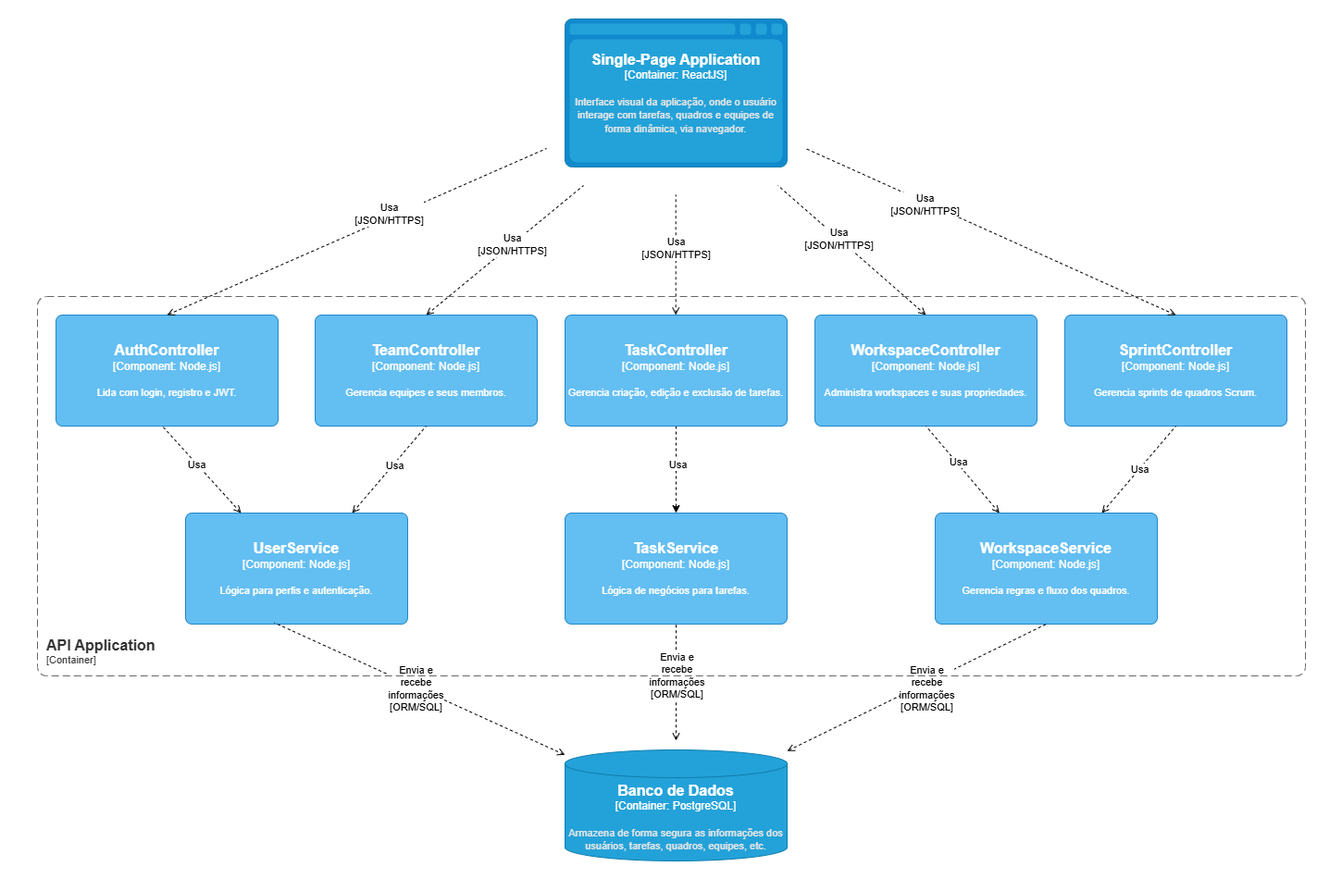
Above: docs/assets/c4-diagrams/component-diagram.png in humberto-peres/taskflow (draw.io), before the change. Source tidied: cells renumbered, new cells last; positions are measured from the earlier drawing's top-left corner, leaving out a move shared by most shapes. The source it was exported from:
```xml
<mxGraphModel>
  <root>
    <mxCell id="0" />
    <mxCell id="1" parent="0" />
    <mxCell id="2" style="rounded=0;whiteSpace=wrap;html=1;strokeColor=none;" parent="1" vertex="1">
      <mxGeometry width="1450" height="950" as="geometry" />
    </mxCell>
    <object id="3" label="&lt;font style=&quot;font-size: 16px&quot;&gt;&lt;b&gt;%c4Name%&lt;/b&gt;&lt;/font&gt;&lt;div&gt;[%c4Type%:&amp;nbsp;%c4Technology%]&lt;/div&gt;&lt;br&gt;&lt;div&gt;&lt;font style=&quot;font-size: 11px&quot;&gt;&lt;font color=&quot;#E6E6E6&quot;&gt;%c4Description%&lt;/font&gt;&lt;/div&gt;" c4Description="Interface visual da aplicação, onde o usuário interage com tarefas, quadros e equipes de forma dinâmica, via navegador." c4Name="Single-Page Application" c4Technology="ReactJS" c4Type="Container" placeholders="1">
      <mxCell style="shape=mxgraph.c4.webBrowserContainer2;whiteSpace=wrap;html=1;boundedLbl=1;rounded=0;labelBackgroundColor=none;strokeColor=#118ACD;fillColor=#23A2D9;strokeColor=#118ACD;strokeColor2=#0E7DAD;fontSize=12;fontColor=#ffffff;align=center;" parent="1" vertex="1">
        <mxGeometry x="610" y="20" width="240" height="160" as="geometry" />
      </mxCell>
    </object>
    <object id="4" label="&lt;font style=&quot;font-size: 16px&quot;&gt;&lt;b&gt;%c4Name%&lt;/b&gt;&lt;/font&gt;&lt;div&gt;[%c4Type%: %c4Technology%]&lt;/div&gt;&lt;br&gt;&lt;div&gt;&lt;font style=&quot;font-size: 11px&quot;&gt;%c4Description%&lt;/font&gt;&lt;/div&gt;" c4Description="Lida com login, registro e JWT." c4Name="AuthController" c4Technology="Node.js" c4Type="Component" placeholders="1">
      <mxCell style="rounded=1;whiteSpace=wrap;html=1;labelBackgroundColor=none;fillColor=#63BEF2;fontColor=#ffffff;align=center;arcSize=6;strokeColor=#2086C9;points=[[0.25,0,0],[0.5,0,0],[0.75,0,0],[1,0.25,0],[1,0.5,0],[1,0.75,0],[0.75,1,0],[0.5,1,0],[0.25,1,0],[0,0.75,0],[0,0.5,0],[0,0.25,0]];" parent="1" vertex="1">
        <mxGeometry x="60" y="340" width="240" height="120" as="geometry" />
      </mxCell>
    </object>
    <mxCell id="5" style="edgeStyle=orthogonalEdgeStyle;rounded=0;jettySize=auto;html=1;dashed=1;" parent="1" edge="1" source="7" target="14">
      <mxGeometry relative="1" as="geometry" />
    </mxCell>
    <mxCell id="6" value="Usa" style="edgeLabel;html=1;align=center;verticalAlign=middle;" parent="5" vertex="1">
      <mxGeometry x="-0.11" y="1" relative="1" as="geometry" />
    </mxCell>
    <object id="7" label="&lt;font style=&quot;font-size: 16px&quot;&gt;&lt;b&gt;%c4Name%&lt;/b&gt;&lt;/font&gt;&lt;div&gt;[%c4Type%: %c4Technology%]&lt;/div&gt;&lt;br&gt;&lt;div&gt;&lt;font style=&quot;font-size: 11px&quot;&gt;%c4Description%&lt;/font&gt;&lt;/div&gt;" c4Description="Gerencia criação, edição e exclusão de tarefas." c4Name="TaskController" c4Technology="Node.js" c4Type="Component" placeholders="1">
      <mxCell style="rounded=1;whiteSpace=wrap;html=1;labelBackgroundColor=none;fillColor=#63BEF2;fontColor=#ffffff;align=center;arcSize=6;strokeColor=#2086C9;points=[[0.25,0,0],[0.5,0,0],[0.75,0,0],[1,0.25,0],[1,0.5,0],[1,0.75,0],[0.75,1,0],[0.5,1,0],[0.25,1,0],[0,0.75,0],[0,0.5,0],[0,0.25,0]];" parent="1" vertex="1">
        <mxGeometry x="610" y="340" width="240" height="120" as="geometry" />
      </mxCell>
    </object>
    <object id="8" label="&lt;font style=&quot;font-size: 16px&quot;&gt;&lt;b&gt;%c4Name%&lt;/b&gt;&lt;/font&gt;&lt;div&gt;[%c4Type%: %c4Technology%]&lt;/div&gt;&lt;br&gt;&lt;div&gt;&lt;font style=&quot;font-size: 11px&quot;&gt;%c4Description%&lt;/font&gt;&lt;/div&gt;" c4Description="Gerencia equipes e seus membros." c4Name="TeamController" c4Technology="Node.js" c4Type="Component" placeholders="1">
      <mxCell style="rounded=1;whiteSpace=wrap;html=1;labelBackgroundColor=none;fillColor=#63BEF2;fontColor=#ffffff;align=center;arcSize=6;strokeColor=#2086C9;points=[[0.25,0,0],[0.5,0,0],[0.75,0,0],[1,0.25,0],[1,0.5,0],[1,0.75,0],[0.75,1,0],[0.5,1,0],[0.25,1,0],[0,0.75,0],[0,0.5,0],[0,0.25,0]];" parent="1" vertex="1">
        <mxGeometry x="340" y="340" width="240" height="120" as="geometry" />
      </mxCell>
    </object>
    <object id="9" label="&lt;font style=&quot;font-size: 16px&quot;&gt;&lt;b&gt;%c4Name%&lt;/b&gt;&lt;/font&gt;&lt;div&gt;[%c4Type%: %c4Technology%]&lt;/div&gt;&lt;br&gt;&lt;div&gt;&lt;font style=&quot;font-size: 11px&quot;&gt;%c4Description%&lt;/font&gt;&lt;/div&gt;" c4Description="Administra workspaces e suas propriedades." c4Name="WorkspaceController" c4Technology="Node.js" c4Type="Component" placeholders="1">
      <mxCell style="rounded=1;whiteSpace=wrap;html=1;labelBackgroundColor=none;fillColor=#63BEF2;fontColor=#ffffff;align=center;arcSize=6;strokeColor=#2086C9;points=[[0.25,0,0],[0.5,0,0],[0.75,0,0],[1,0.25,0],[1,0.5,0],[1,0.75,0],[0.75,1,0],[0.5,1,0],[0.25,1,0],[0,0.75,0],[0,0.5,0],[0,0.25,0]];" parent="1" vertex="1">
        <mxGeometry x="880" y="340" width="240" height="120" as="geometry" />
      </mxCell>
    </object>
    <object id="10" label="&lt;font style=&quot;font-size: 16px&quot;&gt;&lt;b&gt;%c4Name%&lt;/b&gt;&lt;/font&gt;&lt;div&gt;[%c4Type%:&amp;nbsp;%c4Technology%]&lt;/div&gt;&lt;br&gt;&lt;div&gt;&lt;font style=&quot;font-size: 11px&quot;&gt;&lt;font color=&quot;#E6E6E6&quot;&gt;%c4Description%&lt;/font&gt;&lt;/div&gt;" c4Description="Armazena de forma segura as informações dos usuários, tarefas, quadros, equipes, etc." c4Name="Banco de Dados" c4Technology="PostgreSQL" c4Type="Container" placeholders="1">
      <mxCell style="shape=cylinder3;size=15;whiteSpace=wrap;html=1;boundedLbl=1;rounded=0;labelBackgroundColor=none;fillColor=#23A2D9;fontSize=12;fontColor=#ffffff;align=center;strokeColor=#0E7DAD;points=[[0.5,0,0],[1,0.25,0],[1,0.5,0],[1,0.75,0],[0.5,1,0],[0,0.75,0],[0,0.5,0],[0,0.25,0]];" parent="1" vertex="1">
        <mxGeometry x="610" y="810" width="240" height="120" as="geometry" />
      </mxCell>
    </object>
    <object id="11" label="&lt;font style=&quot;font-size: 16px&quot;&gt;&lt;b&gt;%c4Name%&lt;/b&gt;&lt;/font&gt;&lt;div&gt;[%c4Type%: %c4Technology%]&lt;/div&gt;&lt;br&gt;&lt;div&gt;&lt;font style=&quot;font-size: 11px&quot;&gt;%c4Description%&lt;/font&gt;&lt;/div&gt;" c4Description="Lógica para perfis e autenticação." c4Name="UserService" c4Technology="Node.js" c4Type="Component" placeholders="1">
      <mxCell style="rounded=1;whiteSpace=wrap;html=1;labelBackgroundColor=none;fillColor=#63BEF2;fontColor=#ffffff;align=center;arcSize=6;strokeColor=#2086C9;points=[[0.25,0,0],[0.5,0,0],[0.75,0,0],[1,0.25,0],[1,0.5,0],[1,0.75,0],[0.75,1,0],[0.5,1,0],[0.25,1,0],[0,0.75,0],[0,0.5,0],[0,0.25,0]];" parent="1" vertex="1">
        <mxGeometry x="200" y="554" width="240" height="120" as="geometry" />
      </mxCell>
    </object>
    <object id="12" label="&lt;font style=&quot;font-size: 16px&quot;&gt;&lt;b&gt;%c4Name%&lt;/b&gt;&lt;/font&gt;&lt;div&gt;[%c4Type%: %c4Technology%]&lt;/div&gt;&lt;br&gt;&lt;div&gt;&lt;font style=&quot;font-size: 11px&quot;&gt;%c4Description%&lt;/font&gt;&lt;/div&gt;" c4Description="Gerencia sprints de quadros Scrum." c4Name="SprintController" c4Technology="Node.js" c4Type="Component" placeholders="1">
      <mxCell style="rounded=1;whiteSpace=wrap;html=1;labelBackgroundColor=none;fillColor=#63BEF2;fontColor=#ffffff;align=center;arcSize=6;strokeColor=#2086C9;points=[[0.25,0,0],[0.5,0,0],[0.75,0,0],[1,0.25,0],[1,0.5,0],[1,0.75,0],[0.75,1,0],[0.5,1,0],[0.25,1,0],[0,0.75,0],[0,0.5,0],[0,0.25,0]];" parent="1" vertex="1">
        <mxGeometry x="1150" y="340" width="240" height="120" as="geometry" />
      </mxCell>
    </object>
    <object id="13" label="&lt;font style=&quot;font-size: 16px&quot;&gt;&lt;b&gt;%c4Name%&lt;/b&gt;&lt;/font&gt;&lt;div&gt;[%c4Type%: %c4Technology%]&lt;/div&gt;&lt;br&gt;&lt;div&gt;&lt;font style=&quot;font-size: 11px&quot;&gt;%c4Description%&lt;/font&gt;&lt;/div&gt;" c4Description="Gerencia regras e fluxo dos quadros." c4Name="WorkspaceService" c4Technology="Node.js" c4Type="Component" placeholders="1">
      <mxCell style="rounded=1;whiteSpace=wrap;html=1;labelBackgroundColor=none;fillColor=#63BEF2;fontColor=#ffffff;align=center;arcSize=6;strokeColor=#2086C9;points=[[0.25,0,0],[0.5,0,0],[0.75,0,0],[1,0.25,0],[1,0.5,0],[1,0.75,0],[0.75,1,0],[0.5,1,0],[0.25,1,0],[0,0.75,0],[0,0.5,0],[0,0.25,0]];" parent="1" vertex="1">
        <mxGeometry x="1010" y="554" width="240" height="120" as="geometry" />
      </mxCell>
    </object>
    <object id="14" label="&lt;font style=&quot;font-size: 16px&quot;&gt;&lt;b&gt;%c4Name%&lt;/b&gt;&lt;/font&gt;&lt;div&gt;[%c4Type%: %c4Technology%]&lt;/div&gt;&lt;br&gt;&lt;div&gt;&lt;font style=&quot;font-size: 11px&quot;&gt;%c4Description%&lt;/font&gt;&lt;/div&gt;" c4Description="Lógica de negócios para tarefas." c4Name="TaskService" c4Technology="Node.js" c4Type="Component" placeholders="1">
      <mxCell style="rounded=1;whiteSpace=wrap;html=1;labelBackgroundColor=none;fillColor=#63BEF2;fontColor=#ffffff;align=center;arcSize=6;strokeColor=#2086C9;points=[[0.25,0,0],[0.5,0,0],[0.75,0,0],[1,0.25,0],[1,0.5,0],[1,0.75,0],[0.75,1,0],[0.5,1,0],[0.25,1,0],[0,0.75,0],[0,0.5,0],[0,0.25,0]];" parent="1" vertex="1">
        <mxGeometry x="610" y="554" width="240" height="120" as="geometry" />
      </mxCell>
    </object>
    <mxCell id="15" style="endArrow=none;html=1;rounded=0;exitX=0.5;exitY=0;exitDx=0;exitDy=0;exitPerimeter=0;dashed=1;startArrow=open;startFill=0;" parent="1" edge="1" source="4">
      <mxGeometry relative="1" as="geometry">
        <mxPoint x="590" y="160" as="targetPoint" />
      </mxGeometry>
    </mxCell>
    <mxCell id="16" value="Usa&lt;div&gt;[JSON/HTTPS]&lt;/div&gt;" style="edgeLabel;html=1;align=center;verticalAlign=middle;" parent="15" vertex="1">
      <mxGeometry x="0.18" y="4" relative="1" as="geometry" />
    </mxCell>
    <mxCell id="17" style="endArrow=none;html=1;rounded=0;exitX=0.5;exitY=0;exitDx=0;exitDy=0;exitPerimeter=0;dashed=1;startArrow=open;startFill=0;" parent="1" edge="1" source="8">
      <mxGeometry relative="1" as="geometry">
        <mxPoint x="630" y="200" as="targetPoint" />
      </mxGeometry>
    </mxCell>
    <mxCell id="18" value="Usa&lt;div&gt;[JSON/HTTPS]&lt;/div&gt;" style="edgeLabel;html=1;align=center;verticalAlign=middle;" parent="17" vertex="1">
      <mxGeometry x="0.09" relative="1" as="geometry" />
    </mxCell>
    <mxCell id="19" style="endArrow=none;html=1;rounded=0;exitX=0.5;exitY=0;exitDx=0;exitDy=0;exitPerimeter=0;dashed=1;startArrow=open;startFill=0;" parent="1" edge="1" source="9">
      <mxGeometry relative="1" as="geometry">
        <mxPoint x="840" y="200" as="targetPoint" />
      </mxGeometry>
    </mxCell>
    <mxCell id="20" value="Usa&lt;div&gt;[JSON/HTTPS]&lt;/div&gt;" style="edgeLabel;html=1;align=center;verticalAlign=middle;" parent="19" vertex="1">
      <mxGeometry x="0.18" relative="1" as="geometry" />
    </mxCell>
    <mxCell id="21" style="endArrow=none;html=1;rounded=0;dashed=1;startArrow=open;startFill=0;" parent="1" edge="1">
      <mxGeometry relative="1" as="geometry">
        <mxPoint x="729.7" y="340" as="sourcePoint" />
        <mxPoint x="729.7" y="210" as="targetPoint" />
      </mxGeometry>
    </mxCell>
    <mxCell id="22" value="Usa&lt;div&gt;[JSON/HTTPS]&lt;/div&gt;" style="edgeLabel;html=1;align=center;verticalAlign=middle;" parent="21" vertex="1">
      <mxGeometry x="0.13" relative="1" as="geometry" />
    </mxCell>
    <mxCell id="23" style="endArrow=none;html=1;rounded=0;exitX=0.5;exitY=0;exitDx=0;exitDy=0;exitPerimeter=0;dashed=1;startArrow=open;startFill=0;" parent="1" edge="1" source="12">
      <mxGeometry relative="1" as="geometry">
        <mxPoint x="870" y="160" as="targetPoint" />
      </mxGeometry>
    </mxCell>
    <mxCell id="24" value="Usa&lt;div&gt;[JSON/HTTPS]&lt;/div&gt;" style="edgeLabel;html=1;align=center;verticalAlign=middle;" parent="23" vertex="1">
      <mxGeometry x="0.36" y="2" relative="1" as="geometry" />
    </mxCell>
    <mxCell id="25" style="endArrow=none;html=1;rounded=0;dashed=1;startArrow=open;startFill=0;entryX=0.482;entryY=1.007;entryDx=0;entryDy=0;entryPerimeter=0;exitX=0.25;exitY=0;exitDx=0;exitDy=0;exitPerimeter=0;" parent="1" edge="1" source="11" target="4">
      <mxGeometry relative="1" as="geometry" />
    </mxCell>
    <mxCell id="26" value="Usa" style="edgeLabel;html=1;align=center;verticalAlign=middle;" parent="25" vertex="1">
      <mxGeometry x="0.13" y="1" relative="1" as="geometry" />
    </mxCell>
    <mxCell id="27" style="endArrow=none;html=1;rounded=0;exitX=0.75;exitY=0;exitDx=0;exitDy=0;exitPerimeter=0;dashed=1;startArrow=open;startFill=0;entryX=0.5;entryY=1;entryDx=0;entryDy=0;entryPerimeter=0;" parent="1" edge="1" source="11" target="8">
      <mxGeometry relative="1" as="geometry" />
    </mxCell>
    <mxCell id="28" value="Usa" style="edgeLabel;html=1;align=center;verticalAlign=middle;" parent="27" vertex="1">
      <mxGeometry x="0.1" y="-1" relative="1" as="geometry" />
    </mxCell>
    <mxCell id="29" style="endArrow=none;html=1;rounded=0;dashed=1;startArrow=open;startFill=0;entryX=0.5;entryY=1;entryDx=0;entryDy=0;entryPerimeter=0;" parent="1" edge="1" source="13" target="9">
      <mxGeometry relative="1" as="geometry" />
    </mxCell>
    <mxCell id="30" value="Usa" style="edgeLabel;html=1;align=center;verticalAlign=middle;" parent="29" vertex="1">
      <mxGeometry x="0.17" y="-1" relative="1" as="geometry" />
    </mxCell>
    <mxCell id="31" style="endArrow=none;html=1;rounded=0;exitX=0.75;exitY=0;exitDx=0;exitDy=0;exitPerimeter=0;dashed=1;startArrow=open;startFill=0;entryX=0.5;entryY=1;entryDx=0;entryDy=0;entryPerimeter=0;" parent="1" edge="1" source="13" target="12">
      <mxGeometry relative="1" as="geometry" />
    </mxCell>
    <mxCell id="32" value="Usa" style="edgeLabel;html=1;align=center;verticalAlign=middle;" parent="31" vertex="1">
      <mxGeometry x="0.01" relative="1" as="geometry" />
    </mxCell>
    <mxCell id="33" style="endArrow=none;html=1;rounded=0;dashed=1;startArrow=open;startFill=0;entryX=0.4;entryY=0.988;entryDx=0;entryDy=0;entryPerimeter=0;" parent="1" edge="1" source="10" target="11">
      <mxGeometry relative="1" as="geometry" />
    </mxCell>
    <mxCell id="34" value="Envia e&lt;div&gt;recebe&lt;/div&gt;&lt;div&gt;informações&lt;/div&gt;&lt;div&gt;[ORM/SQL]&lt;/div&gt;" style="edgeLabel;html=1;align=center;verticalAlign=middle;" parent="33" vertex="1">
      <mxGeometry x="0.03" y="1" relative="1" as="geometry" />
    </mxCell>
    <mxCell id="35" style="endArrow=none;html=1;rounded=0;dashed=1;startArrow=open;startFill=0;entryX=0.5;entryY=1;entryDx=0;entryDy=0;entryPerimeter=0;" parent="1" edge="1" target="14">
      <mxGeometry relative="1" as="geometry">
        <mxPoint x="730" y="800" as="sourcePoint" />
      </mxGeometry>
    </mxCell>
    <mxCell id="36" value="Envia e&lt;div&gt;recebe&lt;/div&gt;&lt;div&gt;informações&lt;/div&gt;&lt;div&gt;[ORM/SQL]&lt;/div&gt;" style="edgeLabel;html=1;align=center;verticalAlign=middle;" parent="35" vertex="1">
      <mxGeometry x="0.21" y="2" relative="1" as="geometry">
        <mxPoint x="2" y="5" as="offset" />
      </mxGeometry>
    </mxCell>
    <mxCell id="37" style="endArrow=none;html=1;rounded=0;dashed=1;startArrow=open;startFill=0;entryX=0.5;entryY=1;entryDx=0;entryDy=0;entryPerimeter=0;" parent="1" edge="1" source="10" target="13">
      <mxGeometry relative="1" as="geometry" />
    </mxCell>
    <mxCell id="38" value="Envia e&lt;div&gt;recebe&lt;/div&gt;&lt;div&gt;informações&lt;/div&gt;&lt;div&gt;[ORM/SQL]&lt;/div&gt;" style="edgeLabel;html=1;align=center;verticalAlign=middle;" parent="37" vertex="1">
      <mxGeometry x="0.08" y="2" relative="1" as="geometry">
        <mxPoint y="8" as="offset" />
      </mxGeometry>
    </mxCell>
    <object id="39" label="&lt;font style=&quot;font-size: 16px&quot;&gt;&lt;b&gt;&lt;div style=&quot;text-align: left&quot;&gt;%c4Name%&lt;/div&gt;&lt;/b&gt;&lt;/font&gt;&lt;div style=&quot;text-align: left&quot;&gt;[%c4Application%]&lt;/div&gt;" c4Application="Container" c4Name="API Application" c4Type="SystemScopeBoundary" placeholders="1">
      <mxCell style="rounded=1;fontSize=11;whiteSpace=wrap;html=1;dashed=1;arcSize=20;fillColor=none;strokeColor=#666666;fontColor=#333333;labelBackgroundColor=none;align=left;verticalAlign=bottom;labelBorderColor=none;spacingTop=0;spacing=10;dashPattern=8 4;perimeter=rectanglePerimeter;noLabel=0;labelPadding=0;absoluteArcSize=1;" parent="1" vertex="1">
        <mxGeometry x="40" y="320" width="1370" height="410" as="geometry" />
      </mxCell>
    </object>
  </root>
</mxGraphModel>
```
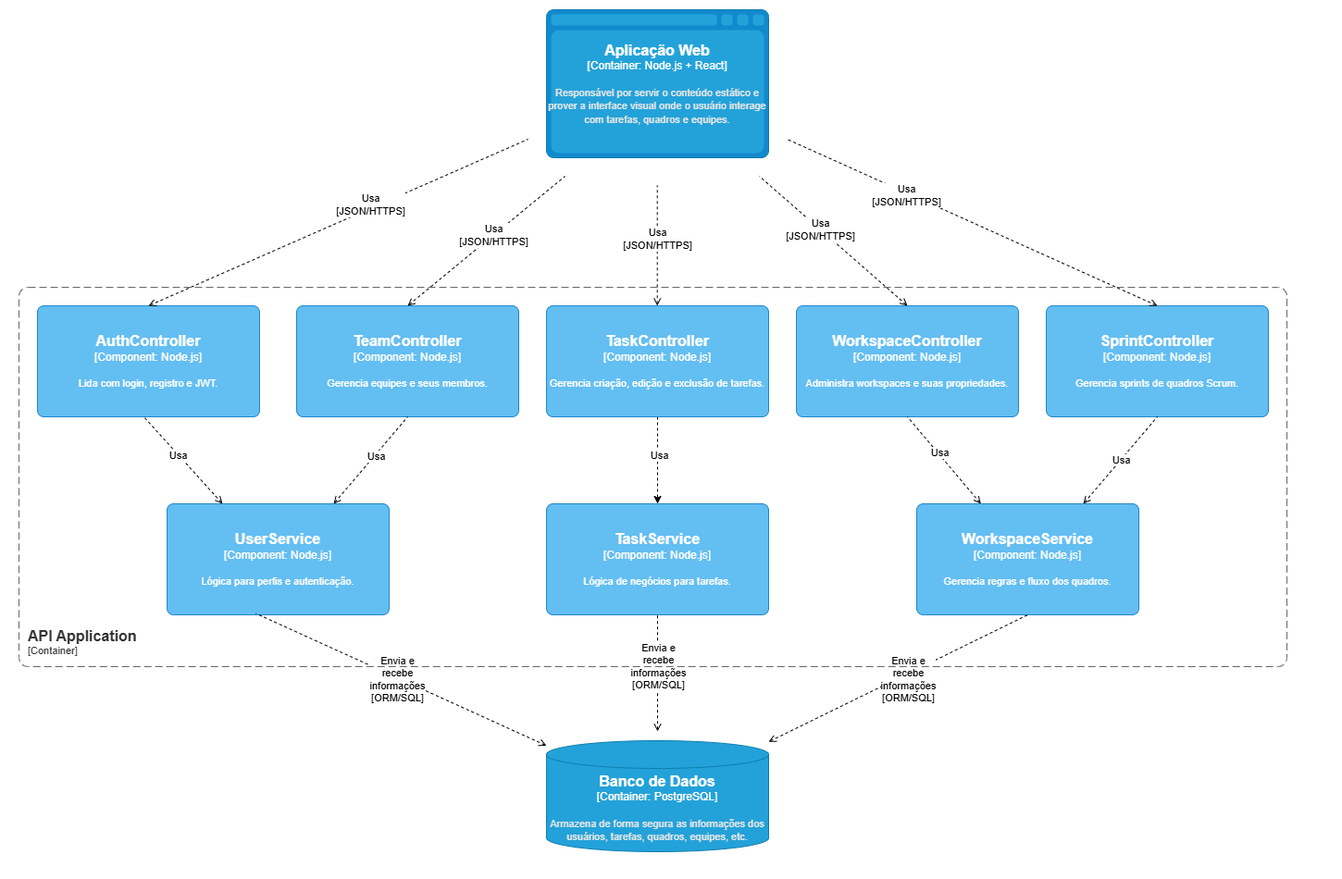
After the change.

What changed in the source:
```diff
@@ -3,9 +3,9 @@
     <mxCell id="0" />
     <mxCell id="1" parent="0" />
     <mxCell id="2" style="rounded=0;whiteSpace=wrap;html=1;strokeColor=none;" parent="1" vertex="1">
-      <mxGeometry width="1450" height="950" as="geometry" />
+      <mxGeometry x="20" y="10" width="1450" height="950" as="geometry" />
     </mxCell>
-    <object id="3" label="&lt;font style=&quot;font-size: 16px&quot;&gt;&lt;b&gt;%c4Name%&lt;/b&gt;&lt;/font&gt;&lt;div&gt;[%c4Type%:&amp;nbsp;%c4Technology%]&lt;/div&gt;&lt;br&gt;&lt;div&gt;&lt;font style=&quot;font-size: 11px&quot;&gt;&lt;font color=&quot;#E6E6E6&quot;&gt;%c4Description%&lt;/font&gt;&lt;/div&gt;" c4Description="Interface visual da aplicação, onde o usuário interage com tarefas, quadros e equipes de forma dinâmica, via navegador." c4Name="Single-Page Application" c4Technology="ReactJS" c4Type="Container" placeholders="1">
+    <object id="3" label="&lt;font style=&quot;font-size: 16px&quot;&gt;&lt;b&gt;%c4Name%&lt;/b&gt;&lt;/font&gt;&lt;div&gt;[%c4Type%:&amp;nbsp;%c4Technology%]&lt;/div&gt;&lt;br&gt;&lt;div&gt;&lt;font style=&quot;font-size: 11px&quot;&gt;&lt;font color=&quot;#E6E6E6&quot;&gt;%c4Description%&lt;/font&gt;&lt;/div&gt;" c4Description="Responsável por servir o conteúdo estático e prover a interface visual onde o usuário interage com tarefas, quadros e equipes." c4Name="Aplicação Web" c4Technology="Node.js + React" c4Type="Container" placeholders="1">
       <mxCell style="shape=mxgraph.c4.webBrowserContainer2;whiteSpace=wrap;html=1;boundedLbl=1;rounded=0;labelBackgroundColor=none;strokeColor=#118ACD;fillColor=#23A2D9;strokeColor=#118ACD;strokeColor2=#0E7DAD;fontSize=12;fontColor=#ffffff;align=center;" parent="1" vertex="1">
         <mxGeometry x="610" y="20" width="240" height="160" as="geometry" />
       </mxCell>
```
